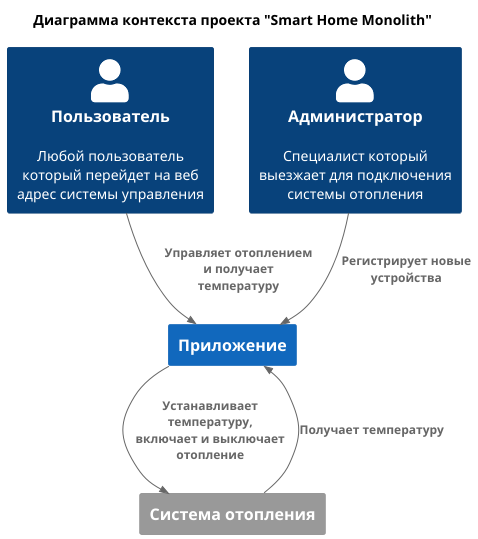
Before: diagrams/1_5_diagram.png, a diagram exported from PlantUML (Alligator-bot-821/architecture-sprint-3). Source of this version:
```plantuml
@startuml
!include https://raw.githubusercontent.com/plantuml-stdlib/C4-PlantUML/master/C4_Context.puml
HIDE_STEREOTYPE()

title Диаграмма контекста проекта "Smart Home Monolith"

Person(user, "Пользователь", "Любой пользователь который перейдет на веб адрес системы управления")
Person(admin, "Администратор", "Специалист который выезжает для подключения системы отопления")

System(warmhouse, "Приложение")
System_Ext(heating_module, "Система отопления")

Rel(user, warmhouse, "Управляет отоплением и получает температуру")
Rel(admin, warmhouse, "Регистрирует новые устройства")

Rel(warmhouse, heating_module, "Устанавливает температуру, включает и выключает отопление")
Rel(heating_module, warmhouse, "Получает температуру")
@enduml
```
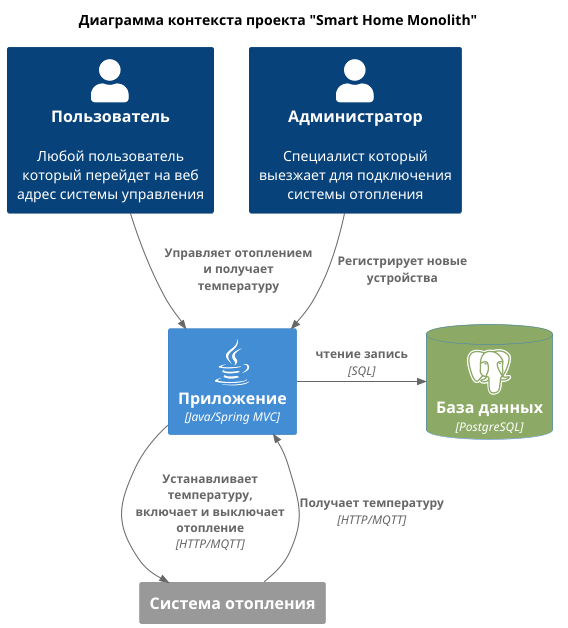
Above is the later version.

Diff of the diagram source:
```diff
@@ -1,18 +1,25 @@
 @startuml
-!include https://raw.githubusercontent.com/plantuml-stdlib/C4-PlantUML/master/C4_Context.puml
+!include  c4_plantum/C4_Container.puml
+!define DEVICONS icons
+!include DEVICONS/java.puml
+!include DEVICONS/postgresql.puml
 HIDE_STEREOTYPE()
+AddElementTag("database", $bgColor="#8ca965", $fontColor="white")
 
 title Диаграмма контекста проекта "Smart Home Monolith"
 
 Person(user, "Пользователь", "Любой пользователь который перейдет на веб адрес системы управления")
 Person(admin, "Администратор", "Специалист который выезжает для подключения системы отопления")
 
-System(warmhouse, "Приложение")
+Container(warmhouse, "Приложение", "Java/Spring MVC", $sprite="java")
+ContainerDb(database, "База данных", "PostgreSQL", $sprite="postgresql", $tags="database")
 System_Ext(heating_module, "Система отопления")
 
-Rel(user, warmhouse, "Управляет отоплением и получает температуру")
-Rel(admin, warmhouse, "Регистрирует новые устройства")
+Rel_D(user, warmhouse, "Управляет отоплением и получает температуру")
+Rel_D(admin, warmhouse, "Регистрирует новые устройства")
 
-Rel(warmhouse, heating_module, "Устанавливает температуру, включает и выключает отопление")
-Rel(heating_module, warmhouse, "Получает температуру")
+Rel_D(warmhouse, heating_module, "Устанавливает температуру, включает и выключает отопление", "HTTP/MQTT")
+Rel_D(heating_module, warmhouse, "Получает температуру", "HTTP/MQTT")
+
+Rel_R(warmhouse, database, "чтение запись", "SQL")
 @enduml
```
